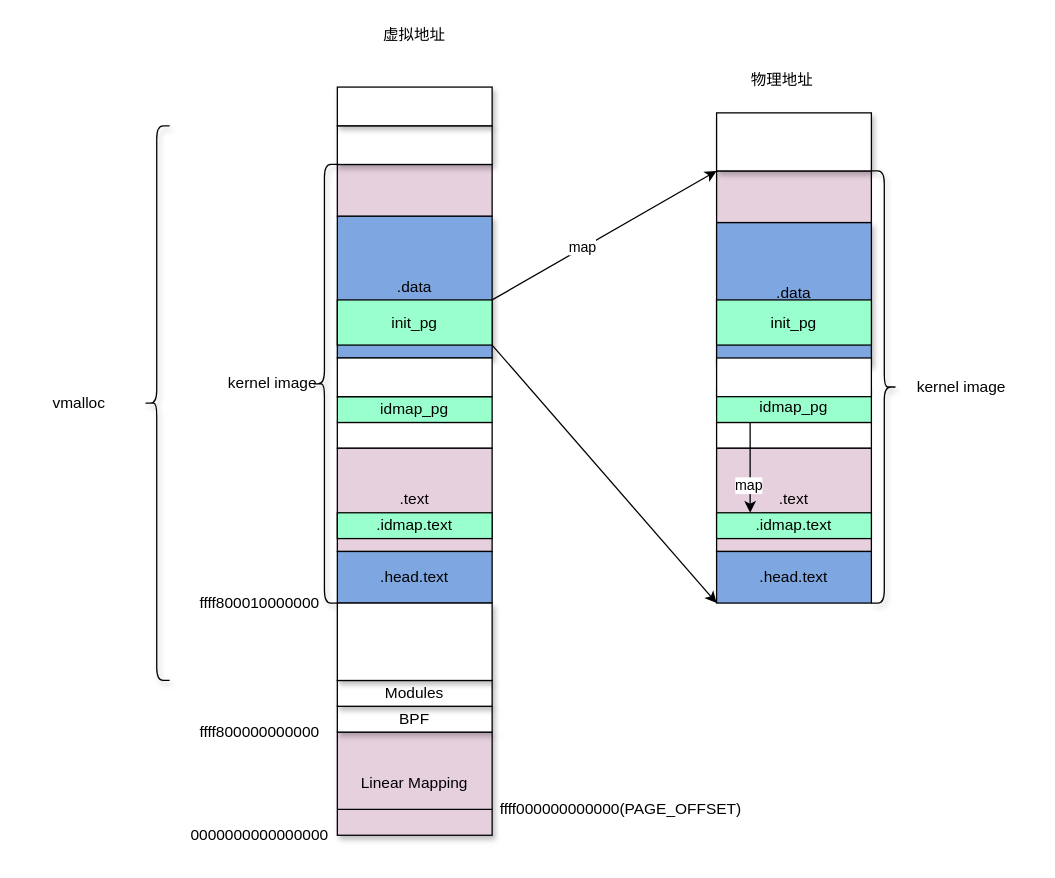
The draw.io diagram kernel_start.drawio in jasonactions/graph, before the edit. Source tidied: cells renumbered, new cells numbered last; positions are measured from the earlier drawing's top-left corner, leaving out a move shared by most shapes. Both pictures are drawn from the tidied source at 129%, with x=0, y=0 at pixel (27, 22).
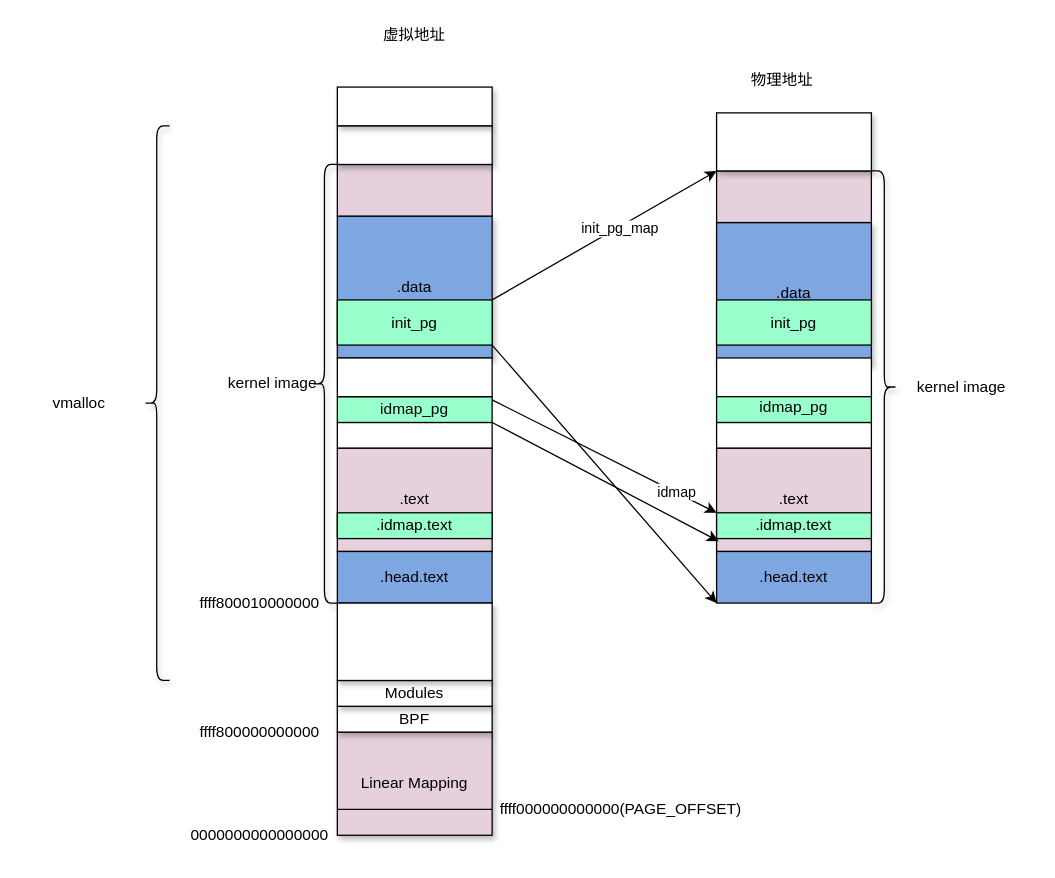
The same diagram, later.

The change refers to these unchanged cells:
```xml
<mxCell id="2" style="rounded=0;whiteSpace=wrap;html=1;fillColor=#FFFFFF;" parent="1" vertex="1">
  <mxGeometry x="240" y="310" width="120" height="20" as="geometry" />
</mxCell>
<mxCell id="14" value=".text" style="rounded=0;whiteSpace=wrap;html=1;fillColor=#E6D0DE;" parent="1" vertex="1">
  <mxGeometry x="534" y="330" width="120" height="80" as="geometry" />
</mxCell>
<mxCell id="18" value=".idmap.text" style="rounded=0;whiteSpace=wrap;html=1;fillColor=#99FFCC;" parent="1" vertex="1">
  <mxGeometry x="534" y="380" width="120" height="20" as="geometry" />
</mxCell>
<mxCell id="19" style="endArrow=classic;html=1;exitX=1;exitY=0;exitDx=0;exitDy=0;entryX=0;entryY=0;entryDx=0;entryDy=0;" parent="1" edge="1" source="9" target="21">
  <mxGeometry relative="1" as="geometry" />
</mxCell>
```

Diff of the diagram source:
```diff
@@
-    <mxCell id="20" value="map" style="edgeLabel;html=1;align=center;verticalAlign=middle;" parent="19" vertex="1">
-      <mxGeometry x="-0.19" y="1" relative="1" as="geometry" />
-    </mxCell>
+    <mxCell id="46" value="init_pg_map" style="edgeLabel;html=1;align=center;verticalAlign=middle;" parent="19" vertex="1">
+      <mxGeometry x="0.13" y="-1" relative="1" as="geometry" />
+    </mxCell>
@@
-    <mxCell id="44" style="endArrow=classic;html=1;" parent="1" edge="1">
-      <mxGeometry relative="1" as="geometry">
-        <mxPoint x="560" y="310" as="sourcePoint" />
-        <mxPoint x="560" y="380" as="targetPoint" />
-      </mxGeometry>
-    </mxCell>
-    <mxCell id="45" value="map" style="edgeLabel;html=1;align=center;verticalAlign=middle;" parent="44" vertex="1">
-      <mxGeometry x="0.36" y="-2" relative="1" as="geometry" />
-    </mxCell>
+    <mxCell id="47" style="endArrow=classic;html=1;entryX=0;entryY=0;entryDx=0;entryDy=0;" parent="1" edge="1" target="18">
+      <mxGeometry relative="1" as="geometry">
+        <mxPoint x="360" y="292.5" as="sourcePoint" />
+      </mxGeometry>
+    </mxCell>
+    <mxCell id="48" value="idmap" style="edgeLabel;html=1;align=center;verticalAlign=middle;" parent="47" vertex="1">
+      <mxGeometry x="0.63" relative="1" as="geometry" />
+    </mxCell>
+    <mxCell id="49" style="endArrow=classic;html=1;exitX=1;exitY=0;exitDx=0;exitDy=0;entryX=0.013;entryY=0.9;entryDx=0;entryDy=0;entryPerimeter=0;" parent="1" edge="1" source="2" target="14">
+      <mxGeometry relative="1" as="geometry" />
+    </mxCell>
```
